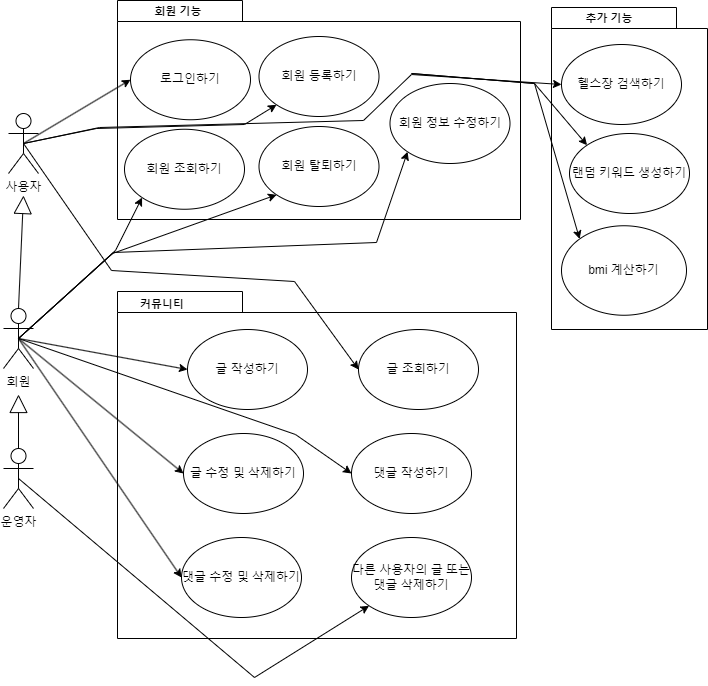
Before: Capstone_usecase.drawio.png, a diagram exported from draw.io (mikejigglypuff/SWCapstone). Source tidied: cells renumbered, new cells last; positions are measured from the earlier drawing's top-left corner, leaving out a move shared by most shapes.
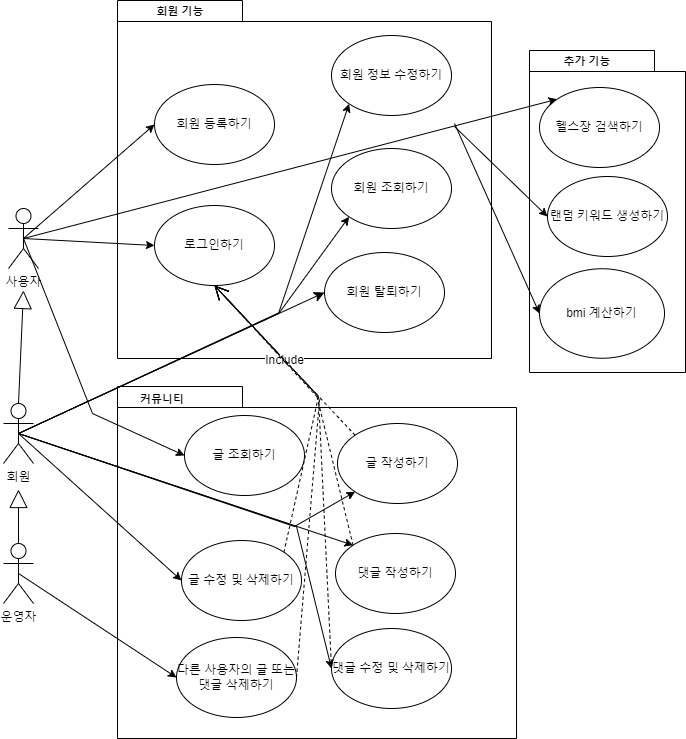
The same diagram one commit later.

Diff of the diagram source:
```diff
@@ -6,169 +6,177 @@
       <mxGeometry x="5" y="113" width="30" height="60" as="geometry" />
     </mxCell>
     <mxCell id="3" style="shape=folder;fontStyle=1;spacingTop=10;tabWidth=125;tabHeight=21;tabPosition=left;html=1;fontSize=11;" parent="1" vertex="1">
-      <mxGeometry x="114" width="403" height="219" as="geometry" />
+      <mxGeometry x="114" y="-95" width="374" height="358" as="geometry" />
     </mxCell>
     <mxCell id="4" value="회원 기능" style="text;align=center;fontStyle=1;verticalAlign=middle;spacingLeft=3;spacingRight=3;strokeColor=none;fontSize=11;" parent="1" vertex="1">
-      <mxGeometry x="135" width="80" height="20" as="geometry" />
+      <mxGeometry x="137" y="-95" width="80" height="20" as="geometry" />
     </mxCell>
     <mxCell id="5" value="로그인하기" style="ellipse;whiteSpace=wrap;html=1;" parent="1" vertex="1">
-      <mxGeometry x="127" y="39.2" width="120" height="80" as="geometry" />
+      <mxGeometry x="151" y="110" width="120" height="80" as="geometry" />
     </mxCell>
     <mxCell id="6" value="회원 등록하기" style="ellipse;whiteSpace=wrap;html=1;" parent="1" vertex="1">
-      <mxGeometry x="255.5" y="36" width="120" height="80" as="geometry" />
+      <mxGeometry x="151" y="-11" width="120" height="80" as="geometry" />
     </mxCell>
     <mxCell id="7" style="shape=folder;fontStyle=1;spacingTop=10;tabWidth=125;tabHeight=21;tabPosition=left;html=1;fontSize=11;" parent="1" vertex="1">
-      <mxGeometry x="114" y="291" width="399" height="347" as="geometry" />
+      <mxGeometry x="114" y="291" width="399" height="352" as="geometry" />
     </mxCell>
     <mxCell id="8" value="커뮤니티" style="text;align=center;fontStyle=1;verticalAlign=middle;spacingLeft=3;spacingRight=3;strokeColor=none;fontSize=11;" parent="1" vertex="1">
       <mxGeometry x="119" y="293" width="80" height="20" as="geometry" />
     </mxCell>
     <mxCell id="9" value="글 작성하기" style="ellipse;whiteSpace=wrap;html=1;" parent="1" vertex="1">
-      <mxGeometry x="184" y="329" width="120" height="80" as="geometry" />
+      <mxGeometry x="334" y="328" width="120" height="80" as="geometry" />
     </mxCell>
     <mxCell id="10" value="댓글 작성하기" style="ellipse;whiteSpace=wrap;html=1;" parent="1" vertex="1">
-      <mxGeometry x="348" y="433" width="120" height="80" as="geometry" />
+      <mxGeometry x="332" y="438" width="120" height="80" as="geometry" />
     </mxCell>
     <mxCell id="11" value="글 수정 및 삭제하기" style="ellipse;whiteSpace=wrap;html=1;" parent="1" vertex="1">
-      <mxGeometry x="180" y="433" width="120" height="80" as="geometry" />
+      <mxGeometry x="178" y="445" width="120" height="80" as="geometry" />
     </mxCell>
     <mxCell id="12" value="댓글 수정 및 삭제하기" style="ellipse;whiteSpace=wrap;html=1;" parent="1" vertex="1">
-      <mxGeometry x="178" y="537" width="120" height="80" as="geometry" />
+      <mxGeometry x="328" y="533" width="120" height="80" as="geometry" />
     </mxCell>
     <mxCell id="13" value="회원 탈퇴하기" style="ellipse;whiteSpace=wrap;html=1;" parent="1" vertex="1">
-      <mxGeometry x="255.5" y="126" width="120" height="80" as="geometry" />
+      <mxGeometry x="321" y="157" width="120" height="80" as="geometry" />
     </mxCell>
     <mxCell id="14" value="글 조회하기" style="ellipse;whiteSpace=wrap;html=1;" parent="1" vertex="1">
-      <mxGeometry x="355" y="329" width="120" height="80" as="geometry" />
+      <mxGeometry x="181" y="320" width="120" height="80" as="geometry" />
     </mxCell>
     <mxCell id="15" value="회원 조회하기" style="ellipse;whiteSpace=wrap;html=1;" parent="1" vertex="1">
-      <mxGeometry x="121" y="128.8" width="120" height="80" as="geometry" />
+      <mxGeometry x="328" y="53" width="120" height="80" as="geometry" />
     </mxCell>
     <mxCell id="16" style="shape=folder;fontStyle=1;spacingTop=10;tabWidth=125;tabHeight=21;tabPosition=left;html=1;fontSize=11;" parent="1" vertex="1">
-      <mxGeometry x="548" y="7" width="156" height="322" as="geometry" />
+      <mxGeometry x="526" y="-45" width="156" height="322" as="geometry" />
     </mxCell>
     <mxCell id="17" value="추가 기능" style="text;align=center;fontStyle=1;verticalAlign=middle;spacingLeft=3;spacingRight=3;strokeColor=none;fontSize=11;" parent="1" vertex="1">
-      <mxGeometry x="566" y="7" width="80" height="20" as="geometry" />
+      <mxGeometry x="544" y="-45" width="80" height="20" as="geometry" />
     </mxCell>
     <mxCell id="18" value="헬스장 검색하기" style="ellipse;whiteSpace=wrap;html=1;" parent="1" vertex="1">
-      <mxGeometry x="558" y="44" width="120" height="80" as="geometry" />
+      <mxGeometry x="536" y="-8" width="120" height="80" as="geometry" />
     </mxCell>
     <mxCell id="19" value="bmi 계산하기" style="ellipse;whiteSpace=wrap;html=1;" parent="1" vertex="1">
-      <mxGeometry x="558" y="225.2" width="125" height="89.5" as="geometry" />
+      <mxGeometry x="536" y="173.2" width="125" height="89.5" as="geometry" />
     </mxCell>
     <mxCell id="20" value="다른 사용자의 글 또는 댓글 삭제하기" style="ellipse;whiteSpace=wrap;html=1;" parent="1" vertex="1">
-      <mxGeometry x="348" y="537" width="120" height="80" as="geometry" />
+      <mxGeometry x="173" y="542" width="120" height="80" as="geometry" />
     </mxCell>
     <mxCell id="21" value="회원 정보 수정하기" style="ellipse;whiteSpace=wrap;html=1;" parent="1" vertex="1">
-      <mxGeometry x="386.5" y="83" width="120" height="80" as="geometry" />
+      <mxGeometry x="328" y="-60" width="120" height="80" as="geometry" />
     </mxCell>
     <mxCell id="22" value="랜덤 키워드 생성하기" style="ellipse;whiteSpace=wrap;html=1;" parent="1" vertex="1">
-      <mxGeometry x="566" y="133" width="120" height="80" as="geometry" />
+      <mxGeometry x="544" y="81" width="120" height="80" as="geometry" />
     </mxCell>
-    <mxCell id="23" style="endArrow=classic;html=1;rounded=0;entryX=0;entryY=0.5;entryDx=0;entryDy=0;exitX=0.5;exitY=0.5;exitDx=0;exitDy=0;exitPerimeter=0;" parent="1" edge="1" source="2" target="5">
-      <mxGeometry relative="1" as="geometry" />
-    </mxCell>
-    <mxCell id="24" style="endArrow=classic;html=1;rounded=0;entryX=0;entryY=1;entryDx=0;entryDy=0;exitX=0.5;exitY=0.5;exitDx=0;exitDy=0;exitPerimeter=0;" parent="1" edge="1" source="2" target="6">
-      <mxGeometry relative="1" as="geometry">
-        <Array as="points">
-          <mxPoint x="93" y="128" />
-          <mxPoint x="241" y="124" />
-        </Array>
-      </mxGeometry>
-    </mxCell>
     <mxCell id="25" value="회원" style="shape=umlActor;verticalLabelPosition=bottom;verticalAlign=top;html=1;" parent="1" vertex="1">
       <mxGeometry y="308" width="30" height="60" as="geometry" />
     </mxCell>
-    <mxCell id="26" style="endArrow=classic;html=1;rounded=0;entryX=0;entryY=1;entryDx=0;entryDy=0;exitX=0.5;exitY=0.5;exitDx=0;exitDy=0;exitPerimeter=0;" parent="1" edge="1" source="25" target="21">
-      <mxGeometry relative="1" as="geometry">
-        <Array as="points">
-          <mxPoint x="110" y="252" />
-          <mxPoint x="373" y="242" />
-        </Array>
-      </mxGeometry>
-    </mxCell>
-    <mxCell id="27" style="endArrow=classic;html=1;rounded=0;entryX=0;entryY=1;entryDx=0;entryDy=0;exitX=0.5;exitY=0.5;exitDx=0;exitDy=0;exitPerimeter=0;" parent="1" edge="1" source="25" target="13">
-      <mxGeometry relative="1" as="geometry">
-        <Array as="points">
-          <mxPoint x="109" y="253" />
-        </Array>
-      </mxGeometry>
-    </mxCell>
-    <mxCell id="28" style="endArrow=classic;html=1;rounded=0;entryX=0;entryY=1;entryDx=0;entryDy=0;exitX=0.5;exitY=0.5;exitDx=0;exitDy=0;exitPerimeter=0;" parent="1" edge="1" source="25" target="15">
-      <mxGeometry relative="1" as="geometry">
-        <Array as="points">
-          <mxPoint x="112" y="250" />
-        </Array>
-      </mxGeometry>
-    </mxCell>
     <mxCell id="29" style="endArrow=block;endSize=16;endFill=0;html=1;rounded=0;exitX=0.5;exitY=0;exitDx=0;exitDy=0;exitPerimeter=0;" parent="1" edge="1" source="25">
       <mxGeometry relative="1" as="geometry">
         <mxPoint x="20" y="195" as="targetPoint" />
       </mxGeometry>
     </mxCell>
-    <mxCell id="30" style="endArrow=classic;html=1;rounded=0;entryX=0;entryY=0.5;entryDx=0;entryDy=0;exitX=0.5;exitY=0.5;exitDx=0;exitDy=0;exitPerimeter=0;" parent="1" edge="1" source="2" target="18">
-      <mxGeometry relative="1" as="geometry">
-        <Array as="points">
-          <mxPoint x="96" y="127" />
-          <mxPoint x="360" y="120" />
-          <mxPoint x="408" y="74" />
-        </Array>
-      </mxGeometry>
-    </mxCell>
-    <mxCell id="31" style="endArrow=classic;html=1;rounded=0;entryX=0;entryY=0;entryDx=0;entryDy=0;" parent="1" edge="1" target="22">
-      <mxGeometry relative="1" as="geometry">
-        <mxPoint x="408" y="73" as="sourcePoint" />
-        <Array as="points">
-          <mxPoint x="531" y="83" />
-        </Array>
-      </mxGeometry>
-    </mxCell>
-    <mxCell id="32" style="endArrow=classic;html=1;rounded=0;exitX=0.5;exitY=0.5;exitDx=0;exitDy=0;exitPerimeter=0;entryX=0;entryY=0.5;entryDx=0;entryDy=0;" parent="1" edge="1" source="25" target="9">
-      <mxGeometry relative="1" as="geometry" />
-    </mxCell>
-    <mxCell id="33" style="endArrow=classic;html=1;rounded=0;entryX=0;entryY=0.5;entryDx=0;entryDy=0;exitX=0.5;exitY=0.5;exitDx=0;exitDy=0;exitPerimeter=0;" parent="1" edge="1" source="25" target="10">
-      <mxGeometry relative="1" as="geometry">
-        <Array as="points">
-          <mxPoint x="292" y="434" />
-        </Array>
-      </mxGeometry>
+    <mxCell id="33" style="endArrow=classic;html=1;rounded=0;exitX=0.5;exitY=0.5;exitDx=0;exitDy=0;exitPerimeter=0;entryX=0;entryY=0;entryDx=0;entryDy=0;" parent="1" edge="1" source="25" target="10">
+      <mxGeometry relative="1" as="geometry" />
     </mxCell>
     <mxCell id="34" style="endArrow=classic;html=1;rounded=0;entryX=0;entryY=0.5;entryDx=0;entryDy=0;exitX=0.5;exitY=0.5;exitDx=0;exitDy=0;exitPerimeter=0;" parent="1" edge="1" source="25" target="11">
       <mxGeometry relative="1" as="geometry" />
     </mxCell>
     <mxCell id="35" style="endArrow=classic;html=1;rounded=0;entryX=0;entryY=0.5;entryDx=0;entryDy=0;exitX=0.5;exitY=0.5;exitDx=0;exitDy=0;exitPerimeter=0;" parent="1" edge="1" source="25" target="12">
-      <mxGeometry relative="1" as="geometry" />
+      <mxGeometry relative="1" as="geometry">
+        <Array as="points">
+          <mxPoint x="293" y="431" />
+        </Array>
+      </mxGeometry>
     </mxCell>
-    <mxCell id="36" style="endArrow=classic;html=1;rounded=0;entryX=0;entryY=0;entryDx=0;entryDy=0;" parent="1" edge="1" target="19">
-      <mxGeometry relative="1" as="geometry">
-        <mxPoint x="408" y="73" as="sourcePoint" />
-        <Array as="points">
-          <mxPoint x="531" y="83" />
-        </Array>
-      </mxGeometry>
-    </mxCell>
     <mxCell id="37" value="운영자" style="shape=umlActor;verticalLabelPosition=bottom;verticalAlign=top;html=1;" parent="1" vertex="1">
       <mxGeometry y="448" width="30" height="60" as="geometry" />
     </mxCell>
-    <mxCell id="38" style="endArrow=classic;html=1;rounded=0;exitX=0.5;exitY=0.5;exitDx=0;exitDy=0;exitPerimeter=0;entryX=0;entryY=0.5;entryDx=0;entryDy=0;" parent="1" edge="1" source="2" target="14">
-      <mxGeometry relative="1" as="geometry">
-        <Array as="points">
-          <mxPoint x="108" y="270" />
-          <mxPoint x="291" y="281" />
-        </Array>
-      </mxGeometry>
-    </mxCell>
-    <mxCell id="39" style="endArrow=classic;html=1;rounded=0;entryX=0;entryY=1;entryDx=0;entryDy=0;exitX=0.5;exitY=0.5;exitDx=0;exitDy=0;exitPerimeter=0;" parent="1" edge="1" source="37" target="20">
-      <mxGeometry relative="1" as="geometry">
-        <Array as="points">
-          <mxPoint x="251" y="677" />
-        </Array>
-      </mxGeometry>
+    <mxCell id="39" style="endArrow=classic;html=1;rounded=0;exitX=0.5;exitY=0.5;exitDx=0;exitDy=0;exitPerimeter=0;entryX=0;entryY=0.5;entryDx=0;entryDy=0;" parent="1" edge="1" source="37" target="20">
+      <mxGeometry relative="1" as="geometry" />
     </mxCell>
     <mxCell id="40" style="endArrow=block;endSize=16;endFill=0;html=1;rounded=0;exitX=0.5;exitY=0;exitDx=0;exitDy=0;exitPerimeter=0;" parent="1" edge="1" source="37">
       <mxGeometry relative="1" as="geometry">
         <mxPoint x="15" y="394" as="targetPoint" />
       </mxGeometry>
     </mxCell>
+    <mxCell id="32" style="endArrow=classic;html=1;rounded=0;exitX=0.5;exitY=0.5;exitDx=0;exitDy=0;exitPerimeter=0;entryX=0;entryY=1;entryDx=0;entryDy=0;" parent="1" edge="1" source="25" target="9">
+      <mxGeometry relative="1" as="geometry">
+        <Array as="points">
+          <mxPoint x="291" y="431" />
+        </Array>
+      </mxGeometry>
+    </mxCell>
+    <mxCell id="38" style="endArrow=classic;html=1;rounded=0;entryX=0;entryY=0.5;entryDx=0;entryDy=0;exitX=0.5;exitY=0.5;exitDx=0;exitDy=0;exitPerimeter=0;" parent="1" edge="1" source="2" target="14">
+      <mxGeometry relative="1" as="geometry">
+        <Array as="points">
+          <mxPoint x="89" y="318" />
+        </Array>
+      </mxGeometry>
+    </mxCell>
+    <mxCell id="24" style="endArrow=classic;html=1;rounded=0;entryX=0;entryY=0.5;entryDx=0;entryDy=0;exitX=0.5;exitY=0.5;exitDx=0;exitDy=0;exitPerimeter=0;" parent="1" edge="1" source="2" target="6">
+      <mxGeometry relative="1" as="geometry" />
+    </mxCell>
+    <mxCell id="23" style="endArrow=classic;html=1;rounded=0;entryX=0;entryY=0.5;entryDx=0;entryDy=0;exitX=0.5;exitY=0.5;exitDx=0;exitDy=0;exitPerimeter=0;" parent="1" edge="1" source="2" target="5">
+      <mxGeometry relative="1" as="geometry" />
+    </mxCell>
+    <mxCell id="27" style="endArrow=classic;html=1;rounded=0;fontSize=12;startSize=8;endSize=8;curved=1;exitX=0.5;exitY=0.5;exitDx=0;exitDy=0;exitPerimeter=0;entryX=0;entryY=0.5;entryDx=0;entryDy=0;" parent="1" edge="1" source="25" target="13">
+      <mxGeometry relative="1" as="geometry" />
+    </mxCell>
+    <mxCell id="26" style="endArrow=classic;html=1;rounded=0;entryX=0;entryY=1;entryDx=0;entryDy=0;exitX=0.5;exitY=0.5;exitDx=0;exitDy=0;exitPerimeter=0;" parent="1" edge="1" source="25" target="21">
+      <mxGeometry relative="1" as="geometry">
+        <Array as="points">
+          <mxPoint x="275" y="218" />
+        </Array>
+      </mxGeometry>
+    </mxCell>
+    <mxCell id="28" style="endArrow=classic;html=1;rounded=0;entryX=0;entryY=1;entryDx=0;entryDy=0;exitX=0.5;exitY=0.5;exitDx=0;exitDy=0;exitPerimeter=0;" parent="1" edge="1" source="25" target="15">
+      <mxGeometry relative="1" as="geometry">
+        <Array as="points">
+          <mxPoint x="276" y="217" />
+        </Array>
+      </mxGeometry>
+    </mxCell>
+    <mxCell id="41" value="Include" style="endArrow=open;endSize=12;dashed=1;html=1;rounded=0;fontSize=12;curved=1;entryX=0.5;entryY=1;entryDx=0;entryDy=0;exitX=0;exitY=0;exitDx=0;exitDy=0;" parent="1" edge="1" source="9" target="5">
+      <mxGeometry relative="1" as="geometry" />
+    </mxCell>
+    <mxCell id="42" style="endArrow=open;endSize=12;dashed=1;html=1;rounded=0;fontSize=12;entryX=0.5;entryY=1;entryDx=0;entryDy=0;exitX=0;exitY=0;exitDx=0;exitDy=0;" parent="1" edge="1" source="10" target="5">
+      <mxGeometry relative="1" as="geometry">
+        <Array as="points">
+          <mxPoint x="313" y="299" />
+        </Array>
+      </mxGeometry>
+    </mxCell>
+    <mxCell id="30" style="endArrow=classic;html=1;rounded=0;exitX=0.5;exitY=0.5;exitDx=0;exitDy=0;exitPerimeter=0;entryX=0;entryY=0;entryDx=0;entryDy=0;" parent="1" edge="1" source="2" target="18">
+      <mxGeometry relative="1" as="geometry" />
+    </mxCell>
+    <mxCell id="43" style="endArrow=classic;html=1;rounded=0;entryX=0;entryY=0.5;entryDx=0;entryDy=0;" parent="1" edge="1" target="22">
+      <mxGeometry relative="1" as="geometry">
+        <mxPoint x="451" y="31" as="sourcePoint" />
+      </mxGeometry>
+    </mxCell>
+    <mxCell id="44" style="endArrow=classic;html=1;rounded=0;entryX=0;entryY=0.5;entryDx=0;entryDy=0;" parent="1" edge="1" target="19">
+      <mxGeometry relative="1" as="geometry">
+        <mxPoint x="451" y="28" as="sourcePoint" />
+      </mxGeometry>
+    </mxCell>
+    <mxCell id="45" style="endArrow=open;endSize=12;dashed=1;html=1;rounded=0;fontSize=12;exitX=1;exitY=0;exitDx=0;exitDy=0;entryX=0.5;entryY=1;entryDx=0;entryDy=0;" parent="1" edge="1" source="11" target="5">
+      <mxGeometry relative="1" as="geometry">
+        <Array as="points">
+          <mxPoint x="315" y="301" />
+        </Array>
+      </mxGeometry>
+    </mxCell>
+    <mxCell id="46" style="endArrow=open;endSize=12;dashed=1;html=1;rounded=0;fontSize=12;exitX=0;exitY=0.5;exitDx=0;exitDy=0;entryX=0.5;entryY=1;entryDx=0;entryDy=0;" parent="1" edge="1" source="12" target="5">
+      <mxGeometry relative="1" as="geometry">
+        <Array as="points">
+          <mxPoint x="315" y="301" />
+        </Array>
+      </mxGeometry>
+    </mxCell>
+    <mxCell id="47" style="endArrow=open;endSize=12;dashed=1;html=1;rounded=0;fontSize=12;exitX=1;exitY=0.5;exitDx=0;exitDy=0;entryX=0.5;entryY=1;entryDx=0;entryDy=0;" parent="1" edge="1" source="20" target="5">
+      <mxGeometry relative="1" as="geometry">
+        <Array as="points">
+          <mxPoint x="316" y="304" />
+        </Array>
+      </mxGeometry>
+    </mxCell>
   </root>
 </mxGraphModel>
```
